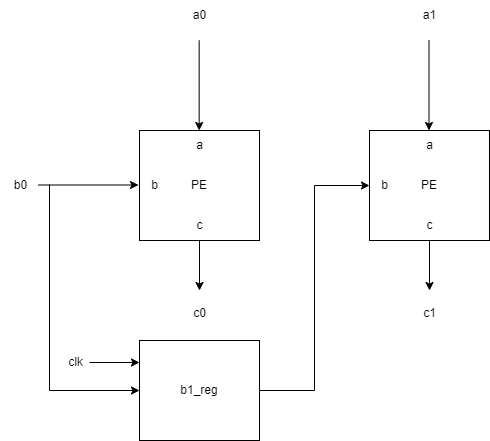
This is advanced/1x2nocpe.png from rong-hash/chipgptv_img, a draw.io export, as it was before one commit. Source tidied: cells renumbered, new cells last; positions are measured from the earlier drawing's top-left corner, leaving out a move shared by most shapes.
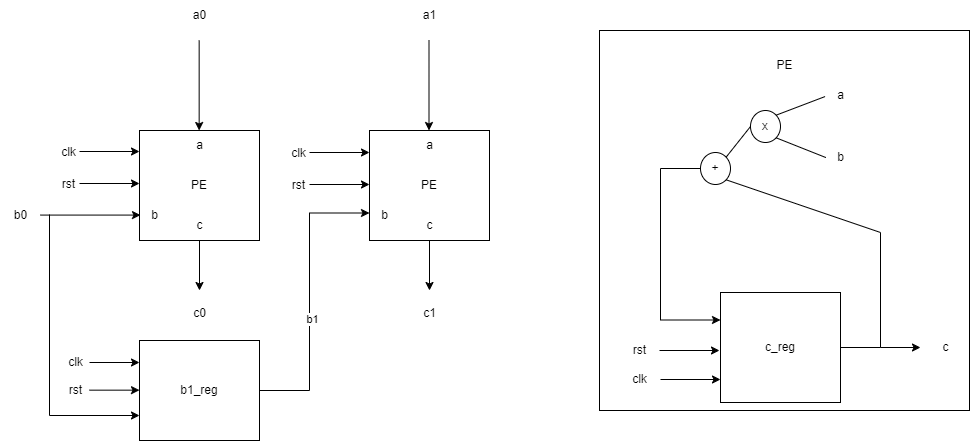
After the change.

What changed in the source:
```diff
@@ -10,12 +10,12 @@
     </mxCell>
     <mxCell id="4" style="edgeStyle=none;orthogonalLoop=1;jettySize=auto;html=1;rounded=0;" parent="1" edge="1">
       <mxGeometry relative="1" as="geometry">
-        <mxPoint x="38" y="184.5" as="sourcePoint" />
-        <mxPoint x="138" y="184.5" as="targetPoint" />
+        <mxPoint x="40" y="214.6" as="sourcePoint" />
+        <mxPoint x="140" y="214.6" as="targetPoint" />
       </mxGeometry>
     </mxCell>
     <mxCell id="5" value="b0" style="text;html=1;align=center;verticalAlign=middle;strokeColor=none;fillColor=none;" parent="1" vertex="1">
-      <mxGeometry y="170" width="40" height="30" as="geometry" />
+      <mxGeometry y="200" width="40" height="30" as="geometry" />
     </mxCell>
     <mxCell id="6" style="edgeStyle=none;orthogonalLoop=1;jettySize=auto;html=1;rounded=0;" parent="1" edge="1">
       <mxGeometry relative="1" as="geometry">
@@ -35,17 +35,25 @@
     <mxCell id="9" value="a1" style="text;html=1;align=center;verticalAlign=middle;strokeColor=none;fillColor=none;" parent="1" vertex="1">
       <mxGeometry x="409" width="40" height="30" as="geometry" />
     </mxCell>
-    <mxCell id="10" style="edgeStyle=none;jettySize=auto;html=1;rounded=0;entryX=0;entryY=0.5;entryDx=0;entryDy=0;" parent="1" edge="1" target="12">
+    <mxCell id="10" style="edgeStyle=none;jettySize=auto;html=1;rounded=0;entryX=0;entryY=0.75;entryDx=0;entryDy=0;" parent="1" edge="1" target="12">
       <mxGeometry relative="1" as="geometry">
-        <mxPoint x="49" y="184" as="sourcePoint" />
+        <mxPoint x="49" y="214" as="sourcePoint" />
         <Array as="points">
-          <mxPoint x="49" y="390" />
+          <mxPoint x="49" y="415" />
         </Array>
       </mxGeometry>
     </mxCell>
-    <mxCell id="11" style="edgeStyle=orthogonalEdgeStyle;rounded=0;jettySize=auto;html=1;entryX=0;entryY=0.5;entryDx=0;entryDy=0;" parent="1" edge="1" source="12" target="3">
-      <mxGeometry relative="1" as="geometry" />
+    <mxCell id="11" style="edgeStyle=orthogonalEdgeStyle;rounded=0;jettySize=auto;html=1;entryX=0;entryY=0.75;entryDx=0;entryDy=0;" parent="1" edge="1" source="12" target="3">
+      <mxGeometry relative="1" as="geometry">
+        <Array as="points">
+          <mxPoint x="309" y="390" />
+          <mxPoint x="309" y="213" />
+        </Array>
+      </mxGeometry>
     </mxCell>
+    <mxCell id="25" value="b1" style="edgeLabel;html=1;align=center;verticalAlign=middle;" parent="11" vertex="1">
+      <mxGeometry x="-0.15" y="-2" relative="1" as="geometry" />
+    </mxCell>
     <mxCell id="12" value="b1_reg" style="whiteSpace=wrap;html=1;" parent="1" vertex="1">
       <mxGeometry x="139" y="340" width="120" height="100" as="geometry" />
     </mxCell>
@@ -59,10 +67,10 @@
       <mxGeometry x="55" y="347" width="40" height="30" as="geometry" />
     </mxCell>
     <mxCell id="15" value="b" style="text;html=1;align=center;verticalAlign=middle;strokeColor=none;fillColor=none;" parent="1" vertex="1">
-      <mxGeometry x="139" y="170" width="30" height="30" as="geometry" />
+      <mxGeometry x="139" y="200" width="30" height="30" as="geometry" />
     </mxCell>
     <mxCell id="16" value="b" style="text;html=1;align=center;verticalAlign=middle;strokeColor=none;fillColor=none;" parent="1" vertex="1">
-      <mxGeometry x="369" y="170" width="30" height="30" as="geometry" />
+      <mxGeometry x="369" y="200" width="30" height="30" as="geometry" />
     </mxCell>
     <mxCell id="17" value="a" style="text;html=1;align=center;verticalAlign=middle;strokeColor=none;fillColor=none;" parent="1" vertex="1">
       <mxGeometry x="184" y="130" width="30" height="30" as="geometry" />
@@ -94,5 +102,123 @@
     <mxCell id="24" value="c1" style="text;html=1;align=center;verticalAlign=middle;strokeColor=none;fillColor=none;" parent="1" vertex="1">
       <mxGeometry x="409" y="298" width="40" height="30" as="geometry" />
     </mxCell>
+    <mxCell id="26" style="whiteSpace=wrap;html=1;" parent="1" vertex="1">
+      <mxGeometry x="599" y="30" width="370" height="380" as="geometry" />
+    </mxCell>
+    <mxCell id="27" value="PE" style="text;html=1;align=center;verticalAlign=middle;strokeColor=none;fillColor=none;" parent="1" vertex="1">
+      <mxGeometry x="764" y="50" width="40" height="30" as="geometry" />
+    </mxCell>
+    <mxCell id="28" value="a" style="text;html=1;align=center;verticalAlign=middle;points=[];strokeColor=none;fillColor=none;" parent="1" vertex="1">
+      <mxGeometry x="825" y="80" width="30" height="30" as="geometry" />
+    </mxCell>
+    <mxCell id="29" value="b" style="text;html=1;align=center;verticalAlign=middle;points=[];strokeColor=none;fillColor=none;" parent="1" vertex="1">
+      <mxGeometry x="825" y="142" width="30" height="30" as="geometry" />
+    </mxCell>
+    <mxCell id="30" style="endArrow=none;html=1;rounded=0;entryX=-0.014;entryY=0.535;entryDx=0;entryDy=0;entryPerimeter=0;exitX=1;exitY=0;exitDx=0;exitDy=0;" parent="1" edge="1" source="31" target="28">
+      <mxGeometry relative="1" as="geometry" />
+    </mxCell>
+    <mxCell id="31" value="x" style="ellipse;whiteSpace=wrap;html=1;" parent="1" vertex="1">
+      <mxGeometry x="750" y="110" width="30" height="32" as="geometry" />
+    </mxCell>
+    <mxCell id="32" style="endArrow=none;html=1;rounded=0;entryX=0.013;entryY=0.502;entryDx=0;entryDy=0;entryPerimeter=0;exitX=1;exitY=1;exitDx=0;exitDy=0;" parent="1" edge="1" source="31" target="29">
+      <mxGeometry relative="1" as="geometry" />
+    </mxCell>
+    <mxCell id="33" style="edgeStyle=orthogonalEdgeStyle;rounded=0;jettySize=auto;html=1;entryX=0;entryY=0.25;entryDx=0;entryDy=0;" parent="1" edge="1" source="34" target="37">
+      <mxGeometry relative="1" as="geometry">
+        <Array as="points">
+          <mxPoint x="660" y="168" />
+          <mxPoint x="660" y="320" />
+          <mxPoint x="720" y="320" />
+        </Array>
+      </mxGeometry>
+    </mxCell>
+    <mxCell id="34" value="+" style="ellipse;whiteSpace=wrap;html=1;" parent="1" vertex="1">
+      <mxGeometry x="700" y="152" width="30" height="32" as="geometry" />
+    </mxCell>
+    <mxCell id="35" style="endArrow=none;html=1;rounded=0;entryX=0;entryY=0.5;entryDx=0;entryDy=0;exitX=1;exitY=0;exitDx=0;exitDy=0;" parent="1" edge="1" source="34" target="31">
+      <mxGeometry relative="1" as="geometry" />
+    </mxCell>
+    <mxCell id="36" style="edgeStyle=orthogonalEdgeStyle;rounded=0;jettySize=auto;html=1;" parent="1" edge="1" source="37">
+      <mxGeometry relative="1" as="geometry">
+        <mxPoint x="920" y="347" as="targetPoint" />
+      </mxGeometry>
+    </mxCell>
+    <mxCell id="37" value="c_reg" style="whiteSpace=wrap;html=1;" parent="1" vertex="1">
+      <mxGeometry x="720" y="292" width="120" height="110" as="geometry" />
+    </mxCell>
+    <mxCell id="38" value="c" style="text;html=1;align=center;verticalAlign=middle;strokeColor=none;fillColor=none;" parent="1" vertex="1">
+      <mxGeometry x="930" y="332" width="30" height="30" as="geometry" />
+    </mxCell>
+    <mxCell id="39" style="endArrow=none;html=1;rounded=0;entryX=1;entryY=1;entryDx=0;entryDy=0;" parent="1" edge="1" target="34">
+      <mxGeometry relative="1" as="geometry">
+        <mxPoint x="880" y="347" as="sourcePoint" />
+        <Array as="points">
+          <mxPoint x="880" y="232" />
+        </Array>
+      </mxGeometry>
+    </mxCell>
+    <mxCell id="40" value="clk" style="text;html=1;align=center;verticalAlign=middle;strokeColor=none;fillColor=none;rotation=0;" parent="1" vertex="1">
+      <mxGeometry x="619" y="364" width="40" height="30" as="geometry" />
+    </mxCell>
+    <mxCell id="41" style="edgeStyle=none;orthogonalLoop=1;jettySize=auto;html=1;rounded=0;" parent="1" edge="1">
+      <mxGeometry relative="1" as="geometry">
+        <mxPoint x="660" y="379" as="sourcePoint" />
+        <mxPoint x="720" y="379" as="targetPoint" />
+      </mxGeometry>
+    </mxCell>
+    <mxCell id="42" style="edgeStyle=none;orthogonalLoop=1;jettySize=auto;html=1;rounded=0;" parent="1" edge="1">
+      <mxGeometry relative="1" as="geometry">
+        <mxPoint x="659" y="350" as="sourcePoint" />
+        <mxPoint x="719" y="350" as="targetPoint" />
+      </mxGeometry>
+    </mxCell>
+    <mxCell id="43" value="rst" style="text;html=1;align=center;verticalAlign=middle;strokeColor=none;fillColor=none;" parent="1" vertex="1">
+      <mxGeometry x="619" y="335" width="40" height="30" as="geometry" />
+    </mxCell>
+    <mxCell id="44" style="edgeStyle=none;orthogonalLoop=1;jettySize=auto;html=1;rounded=0;" parent="1" edge="1">
+      <mxGeometry relative="1" as="geometry">
+        <mxPoint x="309" y="152" as="sourcePoint" />
+        <mxPoint x="369" y="152" as="targetPoint" />
+      </mxGeometry>
+    </mxCell>
+    <mxCell id="45" value="clk" style="text;html=1;align=center;verticalAlign=middle;strokeColor=none;fillColor=none;" parent="1" vertex="1">
+      <mxGeometry x="278" y="138" width="40" height="30" as="geometry" />
+    </mxCell>
+    <mxCell id="46" value="rst" style="text;html=1;align=center;verticalAlign=middle;strokeColor=none;fillColor=none;" parent="1" vertex="1">
+      <mxGeometry x="278" y="170" width="40" height="30" as="geometry" />
+    </mxCell>
+    <mxCell id="47" style="edgeStyle=none;orthogonalLoop=1;jettySize=auto;html=1;rounded=0;" parent="1" edge="1">
+      <mxGeometry relative="1" as="geometry">
+        <mxPoint x="309" y="184" as="sourcePoint" />
+        <mxPoint x="369" y="184" as="targetPoint" />
+      </mxGeometry>
+    </mxCell>
+    <mxCell id="48" style="edgeStyle=none;orthogonalLoop=1;jettySize=auto;html=1;rounded=0;" parent="1" edge="1">
+      <mxGeometry relative="1" as="geometry">
+        <mxPoint x="89" y="389.7" as="sourcePoint" />
+        <mxPoint x="139" y="389.7" as="targetPoint" />
+      </mxGeometry>
+    </mxCell>
+    <mxCell id="49" value="rst" style="text;html=1;align=center;verticalAlign=middle;strokeColor=none;fillColor=none;" parent="1" vertex="1">
+      <mxGeometry x="55" y="375" width="40" height="30" as="geometry" />
+    </mxCell>
+    <mxCell id="50" style="edgeStyle=none;orthogonalLoop=1;jettySize=auto;html=1;rounded=0;" parent="1" edge="1">
+      <mxGeometry relative="1" as="geometry">
+        <mxPoint x="79" y="151" as="sourcePoint" />
+        <mxPoint x="139" y="151" as="targetPoint" />
+      </mxGeometry>
+    </mxCell>
+    <mxCell id="51" value="clk" style="text;html=1;align=center;verticalAlign=middle;strokeColor=none;fillColor=none;" parent="1" vertex="1">
+      <mxGeometry x="48" y="137" width="40" height="30" as="geometry" />
+    </mxCell>
+    <mxCell id="52" value="rst" style="text;html=1;align=center;verticalAlign=middle;strokeColor=none;fillColor=none;" parent="1" vertex="1">
+      <mxGeometry x="48" y="169" width="40" height="30" as="geometry" />
+    </mxCell>
+    <mxCell id="53" style="edgeStyle=none;orthogonalLoop=1;jettySize=auto;html=1;rounded=0;" parent="1" edge="1">
+      <mxGeometry relative="1" as="geometry">
+        <mxPoint x="79" y="183" as="sourcePoint" />
+        <mxPoint x="139" y="183" as="targetPoint" />
+      </mxGeometry>
+    </mxCell>
   </root>
 </mxGraphModel>
```
